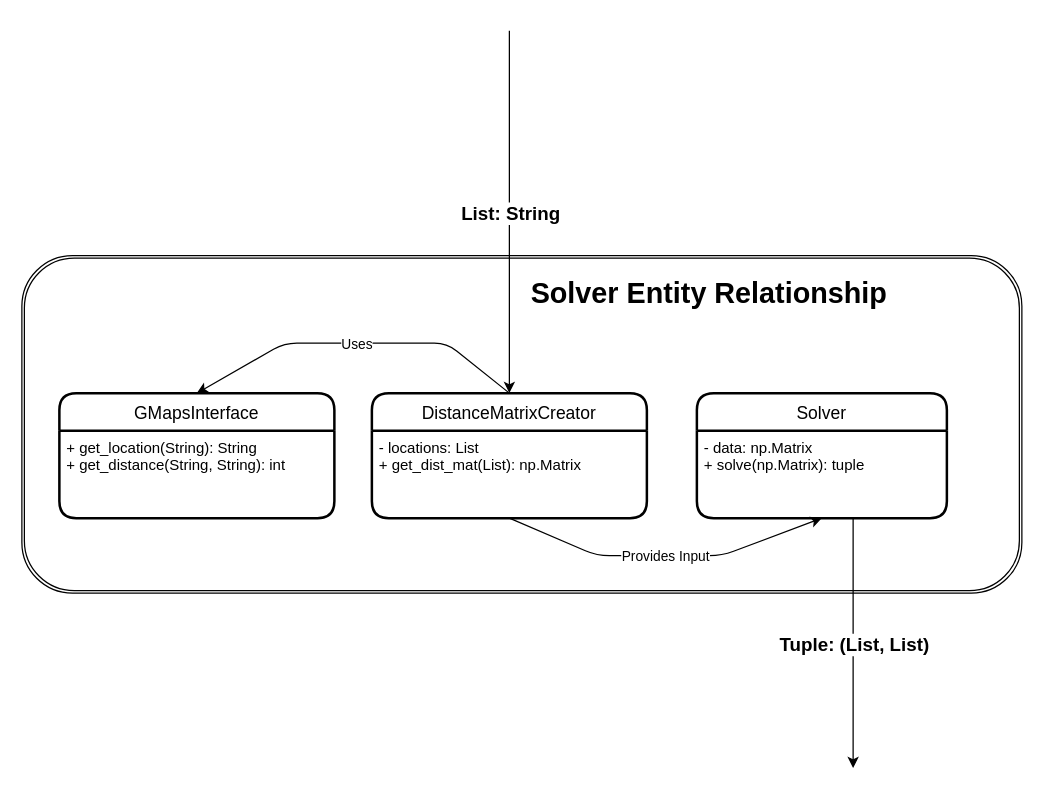
This is Solver_Entity_Relationship.drawio from AyalR-git/FinalProject, a draw.io file, before an edit. Source tidied: cells renumbered, new cells numbered last; positions are measured from the earlier drawing's top-left corner, leaving out a move shared by most shapes. Both pictures are drawn from the tidied source at 125%, with x=0, y=0 at pixel (21, 30).
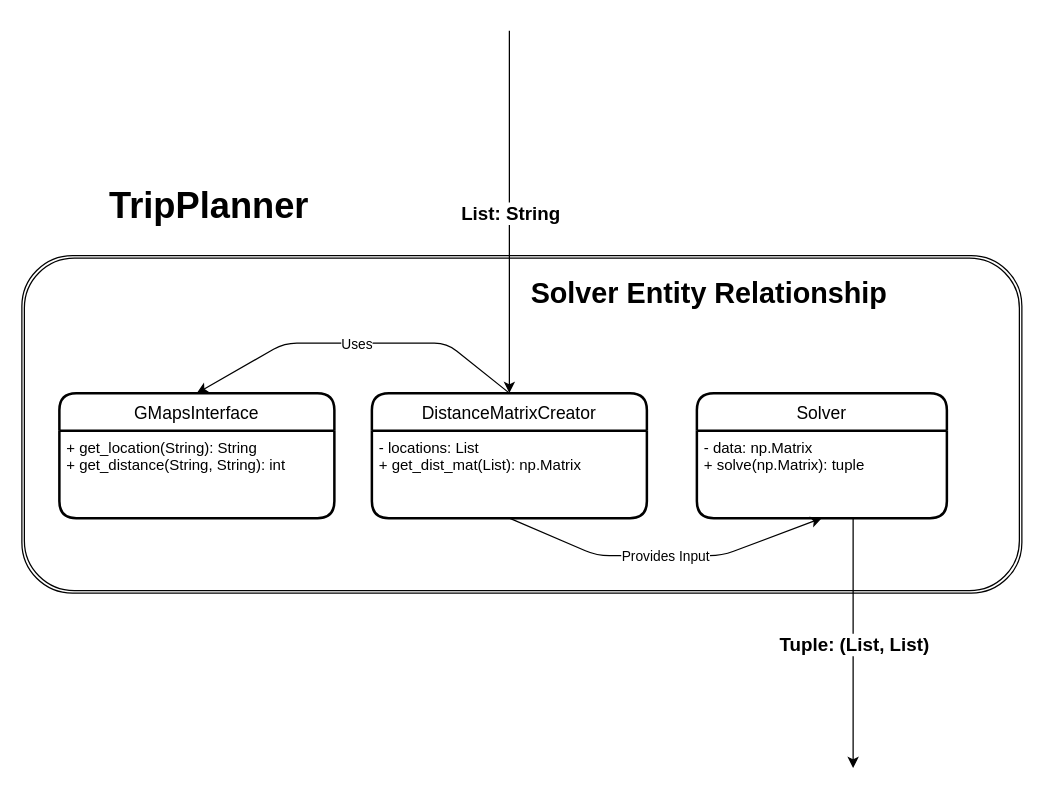
The same diagram, later.

Commit message (it also covers changes not shown here):
[HLD] Added the app flowchart.

The edit, as a diff of the source:
```diff
@@
+    <mxCell id="18" value="&lt;b&gt;&lt;font style=&quot;font-size: 29px&quot;&gt;TripPlanner&lt;/font&gt;&lt;/b&gt;" style="text;html=1;strokeColor=none;fillColor=none;align=center;verticalAlign=middle;whiteSpace=wrap;rounded=0;" parent="1" vertex="1">
+      <mxGeometry y="110" width="300" height="60" as="geometry" />
+    </mxCell>
```
